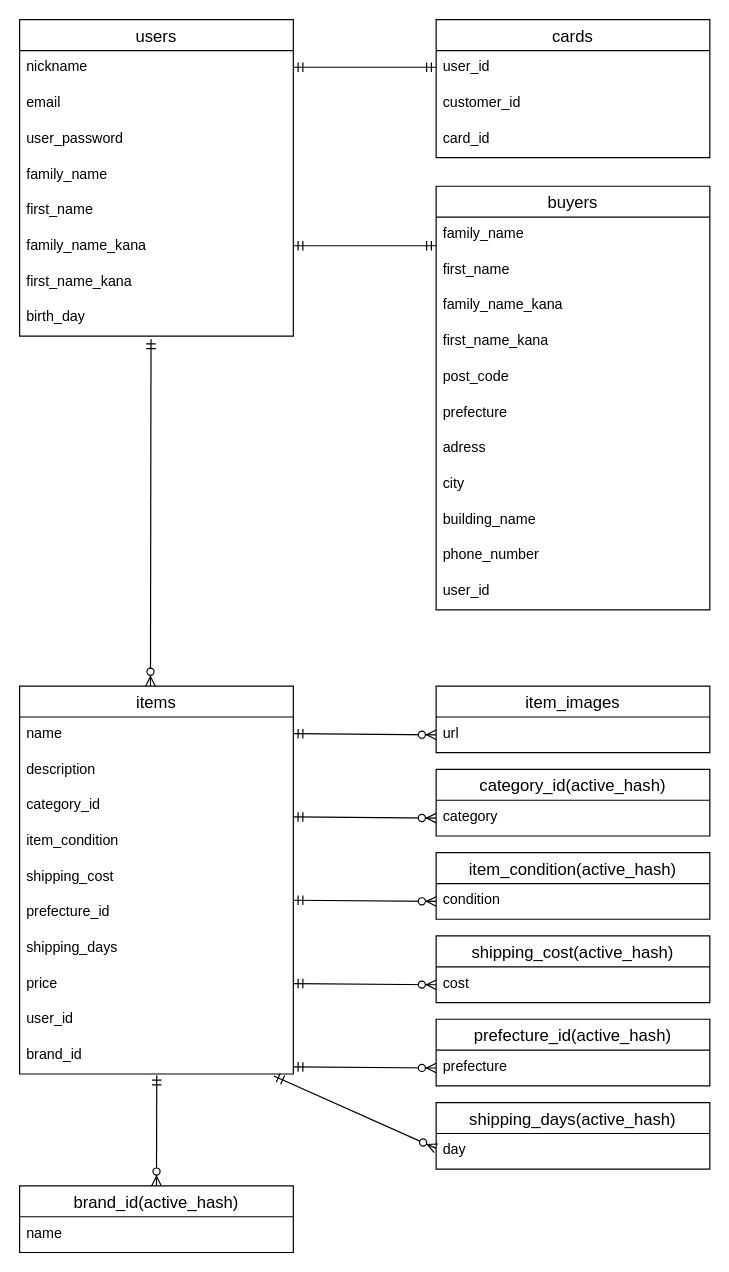
Earlier version of the draw.io diagram test.dio (daisen-you/furima-37337). Source tidied: cells renumbered, new cells numbered last; positions are measured from the earlier drawing's top-left corner, leaving out a move shared by most shapes. Both pictures are drawn from the tidied source at 119%, with x=0, y=0 at pixel (19, 19).
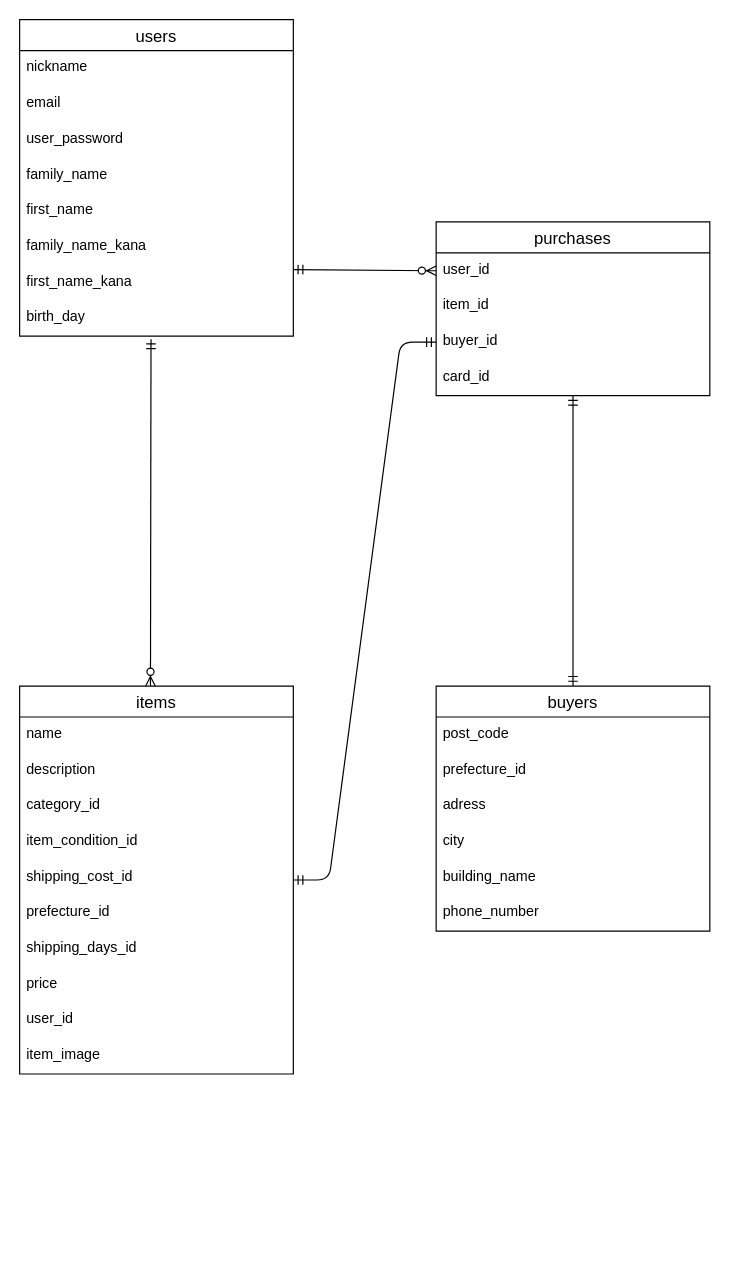
Above is the later version.

The change refers to these unchanged cells:
```xml
<mxCell id="10" value="birth_day" style="text;strokeColor=none;fillColor=none;spacingLeft=4;spacingRight=4;overflow=hidden;points=[[0,0.5],[1,0.5]];portConstraint=eastwest;fontSize=12;" parent="2" vertex="1">
  <mxGeometry y="236" width="230" height="30" as="geometry" />
</mxCell>
<mxCell id="11" value="items" style="swimlane;fontStyle=0;horizontal=1;startSize=26;align=center;fontSize=14;" parent="1" vertex="1">
  <mxGeometry y="560" width="230" height="326" as="geometry" />
</mxCell>
```

What changed in the source:
```diff
@@
-    <mxCell id="15" value="item_condition" style="text;strokeColor=none;fillColor=none;spacingLeft=4;spacingRight=4;overflow=hidden;fontSize=12;" parent="11" vertex="1">
+    <mxCell id="15" value="item_condition_id" style="text;strokeColor=none;fillColor=none;spacingLeft=4;spacingRight=4;overflow=hidden;fontSize=12;" parent="11" vertex="1">
       <mxGeometry y="116" width="230" height="30" as="geometry" />
     </mxCell>
-    <mxCell id="16" value="shipping_cost" style="text;strokeColor=none;fillColor=none;spacingLeft=4;spacingRight=4;overflow=hidden;fontSize=12;" parent="11" vertex="1">
+    <mxCell id="16" value="shipping_cost_id" style="text;strokeColor=none;fillColor=none;spacingLeft=4;spacingRight=4;overflow=hidden;fontSize=12;" parent="11" vertex="1">
       <mxGeometry y="146" width="230" height="30" as="geometry" />
     </mxCell>
@@
-    <mxCell id="18" value="shipping_days" style="text;strokeColor=none;fillColor=none;spacingLeft=4;spacingRight=4;overflow=hidden;fontSize=12;" parent="11" vertex="1">
+    <mxCell id="18" value="shipping_days_id" style="text;strokeColor=none;fillColor=none;spacingLeft=4;spacingRight=4;overflow=hidden;fontSize=12;" parent="11" vertex="1">
       <mxGeometry y="206" width="230" height="30" as="geometry" />
     </mxCell>
@@
-    <mxCell id="21" value="brand_id" style="text;strokeColor=none;fillColor=none;spacingLeft=4;spacingRight=4;overflow=hidden;points=[[0,0.5],[1,0.5]];portConstraint=eastwest;fontSize=12;" parent="11" vertex="1">
-      <mxGeometry y="296" width="230" height="30" as="geometry" />
-    </mxCell>
-    <mxCell id="22" value="brand_id(active_hash)" style="swimlane;fontStyle=0;horizontal=1;startSize=26;align=center;fontSize=14;" parent="1" vertex="1">
-      <mxGeometry y="980" width="230" height="56" as="geometry" />
-    </mxCell>
-    <mxCell id="23" value="name" style="text;strokeColor=none;fillColor=none;spacingLeft=4;spacingRight=4;overflow=hidden;fontSize=12;" parent="22" vertex="1">
-      <mxGeometry y="26" width="230" height="30" as="geometry" />
-    </mxCell>
+    <mxCell id="60" value="item_image" style="text;strokeColor=none;fillColor=none;spacingLeft=4;spacingRight=4;overflow=hidden;fontSize=12;" parent="11" vertex="1">
+      <mxGeometry y="296" width="230" height="30" as="geometry" />
+    </mxCell>
     <mxCell id="24" value="buyers" style="swimlane;fontStyle=0;horizontal=1;startSize=26;align=center;fontSize=14;" parent="1" vertex="1">
-      <mxGeometry x="350" y="140" width="230" height="356" as="geometry" />
+      <mxGeometry x="350" y="560" width="230" height="206" as="geometry" />
     </mxCell>
-    <mxCell id="25" value="family_name" style="text;strokeColor=none;fillColor=none;spacingLeft=4;spacingRight=4;overflow=hidden;points=[[0,0.5],[1,0.5]];portConstraint=eastwest;fontSize=12;" parent="24" vertex="1">
-      <mxGeometry y="26" width="230" height="30" as="geometry" />
-    </mxCell>
-    <mxCell id="26" value="first_name" style="text;strokeColor=none;fillColor=none;spacingLeft=4;spacingRight=4;overflow=hidden;fontSize=12;" parent="24" vertex="1">
-      <mxGeometry y="56" width="230" height="30" as="geometry" />
-    </mxCell>
-    <mxCell id="27" value="family_name_kana" style="text;strokeColor=none;fillColor=none;spacingLeft=4;spacingRight=4;overflow=hidden;fontSize=12;" parent="24" vertex="1">
-      <mxGeometry y="86" width="230" height="30" as="geometry" />
-    </mxCell>
-    <mxCell id="28" value="first_name_kana" style="text;strokeColor=none;fillColor=none;spacingLeft=4;spacingRight=4;overflow=hidden;fontSize=12;" parent="24" vertex="1">
-      <mxGeometry y="116" width="230" height="30" as="geometry" />
-    </mxCell>
     <mxCell id="29" value="post_code" style="text;strokeColor=none;fillColor=none;spacingLeft=4;spacingRight=4;overflow=hidden;fontSize=12;" parent="24" vertex="1">
-      <mxGeometry y="146" width="230" height="30" as="geometry" />
+      <mxGeometry y="26" width="230" height="30" as="geometry" />
     </mxCell>
-    <mxCell id="30" value="prefecture" style="text;strokeColor=none;fillColor=none;spacingLeft=4;spacingRight=4;overflow=hidden;fontSize=12;" parent="24" vertex="1">
-      <mxGeometry y="176" width="230" height="30" as="geometry" />
+    <mxCell id="30" value="prefecture_id" style="text;strokeColor=none;fillColor=none;spacingLeft=4;spacingRight=4;overflow=hidden;fontSize=12;" parent="24" vertex="1">
+      <mxGeometry y="56" width="230" height="30" as="geometry" />
     </mxCell>
     <mxCell id="31" value="adress" style="text;strokeColor=none;fillColor=none;spacingLeft=4;spacingRight=4;overflow=hidden;fontSize=12;" parent="24" vertex="1">
-      <mxGeometry y="206" width="230" height="30" as="geometry" />
+      <mxGeometry y="86" width="230" height="30" as="geometry" />
     </mxCell>
     <mxCell id="32" value="city" style="text;strokeColor=none;fillColor=none;spacingLeft=4;spacingRight=4;overflow=hidden;fontSize=12;" parent="24" vertex="1">
-      <mxGeometry y="236" width="230" height="30" as="geometry" />
+      <mxGeometry y="116" width="230" height="30" as="geometry" />
     </mxCell>
     <mxCell id="33" value="building_name" style="text;strokeColor=none;fillColor=none;spacingLeft=4;spacingRight=4;overflow=hidden;fontSize=12;" parent="24" vertex="1">
-      <mxGeometry y="266" width="230" height="30" as="geometry" />
+      <mxGeometry y="146" width="230" height="30" as="geometry" />
     </mxCell>
     <mxCell id="34" value="phone_number" style="text;strokeColor=none;fillColor=none;spacingLeft=4;spacingRight=4;overflow=hidden;fontSize=12;" parent="24" vertex="1">
-      <mxGeometry y="296" width="230" height="30" as="geometry" />
+      <mxGeometry y="176" width="230" height="30" as="geometry" />
     </mxCell>
-    <mxCell id="35" value="user_id" style="text;strokeColor=none;fillColor=none;spacingLeft=4;spacingRight=4;overflow=hidden;fontSize=12;" parent="24" vertex="1">
-      <mxGeometry y="326" width="230" height="30" as="geometry" />
-    </mxCell>
-    <mxCell id="36" value="item_condition(active_hash)" style="swimlane;fontStyle=0;horizontal=1;startSize=26;align=center;fontSize=14;" parent="1" vertex="1">
-      <mxGeometry x="350" y="700" width="230" height="56" as="geometry" />
-    </mxCell>
-    <mxCell id="37" value="condition" style="text;strokeColor=none;fillColor=none;spacingLeft=4;spacingRight=4;overflow=hidden;fontSize=12;" parent="36" vertex="1">
-      <mxGeometry y="26" width="230" height="30" as="geometry" />
-    </mxCell>
-    <mxCell id="38" value="item_images" style="swimlane;fontStyle=0;horizontal=1;startSize=26;align=center;fontSize=14;" parent="1" vertex="1">
-      <mxGeometry x="350" y="560" width="230" height="56" as="geometry" />
-    </mxCell>
-    <mxCell id="39" value="url" style="text;strokeColor=none;fillColor=none;spacingLeft=4;spacingRight=4;overflow=hidden;points=[[0,0.5],[1,0.5]];portConstraint=eastwest;fontSize=12;" parent="38" vertex="1">
-      <mxGeometry y="26" width="230" height="30" as="geometry" />
-    </mxCell>
-    <mxCell id="40" value="prefecture_id(active_hash)" style="swimlane;fontStyle=0;horizontal=1;startSize=26;align=center;fontSize=14;" parent="1" vertex="1">
-      <mxGeometry x="350" y="840" width="230" height="56" as="geometry" />
-    </mxCell>
-    <mxCell id="41" value="prefecture" style="text;strokeColor=none;fillColor=none;spacingLeft=4;spacingRight=4;overflow=hidden;fontSize=12;" parent="40" vertex="1">
-      <mxGeometry y="26" width="230" height="30" as="geometry" />
-    </mxCell>
-    <mxCell id="42" value="shipping_days(active_hash)" style="swimlane;fontStyle=0;horizontal=1;startSize=26;align=center;fontSize=14;" parent="1" vertex="1">
-      <mxGeometry x="350" y="910" width="230" height="56" as="geometry" />
-    </mxCell>
-    <mxCell id="43" value="day" style="text;strokeColor=none;fillColor=none;spacingLeft=4;spacingRight=4;overflow=hidden;fontSize=12;" parent="42" vertex="1">
-      <mxGeometry y="26" width="230" height="30" as="geometry" />
-    </mxCell>
-    <mxCell id="44" value="shipping_cost(active_hash)" style="swimlane;fontStyle=0;horizontal=1;startSize=26;align=center;fontSize=14;" parent="1" vertex="1">
-      <mxGeometry x="350" y="770" width="230" height="56" as="geometry" />
-    </mxCell>
-    <mxCell id="45" value="cost" style="text;strokeColor=none;fillColor=none;spacingLeft=4;spacingRight=4;overflow=hidden;fontSize=12;" parent="44" vertex="1">
-      <mxGeometry y="26" width="230" height="30" as="geometry" />
-    </mxCell>
-    <mxCell id="46" value="category_id(active_hash)" style="swimlane;fontStyle=0;horizontal=1;startSize=26;align=center;fontSize=14;" parent="1" vertex="1">
-      <mxGeometry x="350" y="630" width="230" height="56" as="geometry" />
-    </mxCell>
-    <mxCell id="47" value="category" style="text;strokeColor=none;fillColor=none;spacingLeft=4;spacingRight=4;overflow=hidden;fontSize=12;" parent="46" vertex="1">
-      <mxGeometry y="26" width="230" height="30" as="geometry" />
-    </mxCell>
-    <mxCell id="48" value="cards" style="swimlane;fontStyle=0;horizontal=1;startSize=26;align=center;fontSize=14;" parent="1" vertex="1">
-      <mxGeometry x="350" width="230" height="116" as="geometry" />
-    </mxCell>
+    <mxCell id="54" style="fontSize=12;html=1;endArrow=ERzeroToMany;startArrow=ERmandOne;exitX=0.48;exitY=1.084;exitDx=0;exitDy=0;exitPerimeter=0;entryX=0.478;entryY=0;entryDx=0;entryDy=0;entryPerimeter=0;" parent="1" edge="1" source="10" target="11">
+      <mxGeometry relative="1" as="geometry" />
+    </mxCell>
+    <mxCell id="62" value="purchases" style="swimlane;fontStyle=0;horizontal=1;startSize=26;align=center;fontSize=14;" parent="1" vertex="1">
+      <mxGeometry x="350" y="170" width="230" height="146" as="geometry" />
+    </mxCell>
-    <mxCell id="49" value="user_id" style="text;strokeColor=none;fillColor=none;spacingLeft=4;spacingRight=4;overflow=hidden;points=[[0,0.5],[1,0.5]];portConstraint=eastwest;fontSize=12;" parent="48" vertex="1">
+    <mxCell id="49" value="user_id" style="text;strokeColor=none;fillColor=none;spacingLeft=4;spacingRight=4;overflow=hidden;points=[[0,0.5],[1,0.5]];portConstraint=eastwest;fontSize=12;" parent="62" vertex="1">
       <mxGeometry y="26" width="230" height="30" as="geometry" />
     </mxCell>
-    <mxCell id="50" value="customer_id" style="text;strokeColor=none;fillColor=none;spacingLeft=4;spacingRight=4;overflow=hidden;fontSize=12;" parent="48" vertex="1">
-      <mxGeometry y="56" width="230" height="30" as="geometry" />
-    </mxCell>
+    <mxCell id="63" value="item_id" style="text;strokeColor=none;fillColor=none;spacingLeft=4;spacingRight=4;overflow=hidden;fontSize=12;" parent="62" vertex="1">
+      <mxGeometry y="56" width="230" height="30" as="geometry" />
+    </mxCell>
+    <mxCell id="64" value="buyer_id" style="text;strokeColor=none;fillColor=none;spacingLeft=4;spacingRight=4;overflow=hidden;points=[[0,0.5],[1,0.5]];portConstraint=eastwest;fontSize=12;" parent="62" vertex="1">
+      <mxGeometry y="86" width="230" height="30" as="geometry" />
+    </mxCell>
-    <mxCell id="51" value="card_id" style="text;strokeColor=none;fillColor=none;spacingLeft=4;spacingRight=4;overflow=hidden;fontSize=12;" parent="48" vertex="1">
-      <mxGeometry y="86" width="230" height="30" as="geometry" />
+    <mxCell id="51" value="card_id" style="text;strokeColor=none;fillColor=none;spacingLeft=4;spacingRight=4;overflow=hidden;fontSize=12;" parent="62" vertex="1">
+      <mxGeometry y="116" width="230" height="30" as="geometry" />
     </mxCell>
-    <mxCell id="52" style="edgeStyle=entityRelationEdgeStyle;fontSize=12;html=1;endArrow=ERmandOne;startArrow=ERmandOne;entryX=0;entryY=0.8;entryDx=0;entryDy=0;entryPerimeter=0;" parent="1" edge="1" target="25">
-      <mxGeometry relative="1" as="geometry">
-        <mxPoint x="230" y="190" as="sourcePoint" />
-      </mxGeometry>
-    </mxCell>
-    <mxCell id="53" style="edgeStyle=entityRelationEdgeStyle;fontSize=12;html=1;endArrow=ERmandOne;startArrow=ERmandOne;entryX=0;entryY=0.8;entryDx=0;entryDy=0;entryPerimeter=0;" parent="1" edge="1">
-      <mxGeometry relative="1" as="geometry">
-        <mxPoint x="230" y="40" as="sourcePoint" />
-        <mxPoint x="350" y="40" as="targetPoint" />
-      </mxGeometry>
-    </mxCell>
-    <mxCell id="54" style="fontSize=12;html=1;endArrow=ERzeroToMany;startArrow=ERmandOne;exitX=0.48;exitY=1.084;exitDx=0;exitDy=0;exitPerimeter=0;entryX=0.478;entryY=0;entryDx=0;entryDy=0;entryPerimeter=0;" parent="1" edge="1" source="10" target="11">
-      <mxGeometry relative="1" as="geometry" />
-    </mxCell>
-    <mxCell id="55" style="fontSize=12;html=1;endArrow=ERzeroToMany;startArrow=ERmandOne;entryX=0;entryY=0.5;entryDx=0;entryDy=0;" parent="1" edge="1" target="39">
-      <mxGeometry relative="1" as="geometry">
-        <mxPoint x="230" y="600" as="sourcePoint" />
-      </mxGeometry>
-    </mxCell>
-    <mxCell id="56" style="fontSize=12;html=1;endArrow=ERzeroToMany;startArrow=ERmandOne;entryX=0;entryY=0.5;entryDx=0;entryDy=0;" parent="1" edge="1">
-      <mxGeometry relative="1" as="geometry">
-        <mxPoint x="230" y="670" as="sourcePoint" />
-        <mxPoint x="350" y="671" as="targetPoint" />
-      </mxGeometry>
-    </mxCell>
-    <mxCell id="57" style="fontSize=12;html=1;endArrow=ERzeroToMany;startArrow=ERmandOne;entryX=0;entryY=0.5;entryDx=0;entryDy=0;" parent="1" edge="1">
-      <mxGeometry relative="1" as="geometry">
-        <mxPoint x="230" y="740" as="sourcePoint" />
-        <mxPoint x="350" y="741" as="targetPoint" />
-      </mxGeometry>
-    </mxCell>
-    <mxCell id="58" style="fontSize=12;html=1;endArrow=ERzeroToMany;startArrow=ERmandOne;entryX=0;entryY=0.5;entryDx=0;entryDy=0;" parent="1" edge="1">
-      <mxGeometry relative="1" as="geometry">
-        <mxPoint x="230" y="810" as="sourcePoint" />
-        <mxPoint x="350" y="811" as="targetPoint" />
-      </mxGeometry>
-    </mxCell>
-    <mxCell id="59" style="fontSize=12;html=1;endArrow=ERzeroToMany;startArrow=ERmandOne;entryX=0;entryY=0.5;entryDx=0;entryDy=0;exitX=0.929;exitY=1.057;exitDx=0;exitDy=0;exitPerimeter=0;" parent="1" edge="1" source="21">
-      <mxGeometry relative="1" as="geometry">
-        <mxPoint x="350" y="948.5" as="targetPoint" />
-      </mxGeometry>
-    </mxCell>
-    <mxCell id="60" style="fontSize=12;html=1;endArrow=ERzeroToMany;startArrow=ERmandOne;entryX=0;entryY=0.5;entryDx=0;entryDy=0;" parent="1" edge="1">
-      <mxGeometry relative="1" as="geometry">
-        <mxPoint x="230" y="880" as="sourcePoint" />
-        <mxPoint x="350" y="881" as="targetPoint" />
-      </mxGeometry>
-    </mxCell>
-    <mxCell id="61" style="fontSize=12;html=1;endArrow=ERzeroToMany;startArrow=ERmandOne;entryX=0.5;entryY=0;entryDx=0;entryDy=0;exitX=0.501;exitY=1.04;exitDx=0;exitDy=0;exitPerimeter=0;" parent="1" edge="1" source="21" target="22">
-      <mxGeometry relative="1" as="geometry" />
-    </mxCell>
+    <mxCell id="65" style="fontSize=12;html=1;endArrow=ERzeroToMany;startArrow=ERmandOne;exitX=0.48;exitY=1.084;exitDx=0;exitDy=0;exitPerimeter=0;entryX=0;entryY=0.5;entryDx=0;entryDy=0;" parent="1" edge="1" target="49">
+      <mxGeometry relative="1" as="geometry">
+        <mxPoint x="230" y="210" as="sourcePoint" />
+      </mxGeometry>
+    </mxCell>
+    <mxCell id="66" style="edgeStyle=entityRelationEdgeStyle;fontSize=12;html=1;endArrow=ERmandOne;startArrow=ERmandOne;entryX=0;entryY=0.5;entryDx=0;entryDy=0;" parent="1" edge="1" source="11" target="64">
+      <mxGeometry relative="1" as="geometry" />
+    </mxCell>
+    <mxCell id="67" style="fontSize=12;html=1;endArrow=ERmandOne;startArrow=ERmandOne;exitX=0.5;exitY=1;exitDx=0;exitDy=0;entryX=0.5;entryY=0;entryDx=0;entryDy=0;" parent="1" edge="1" source="62" target="24">
+      <mxGeometry relative="1" as="geometry" />
+    </mxCell>
```
